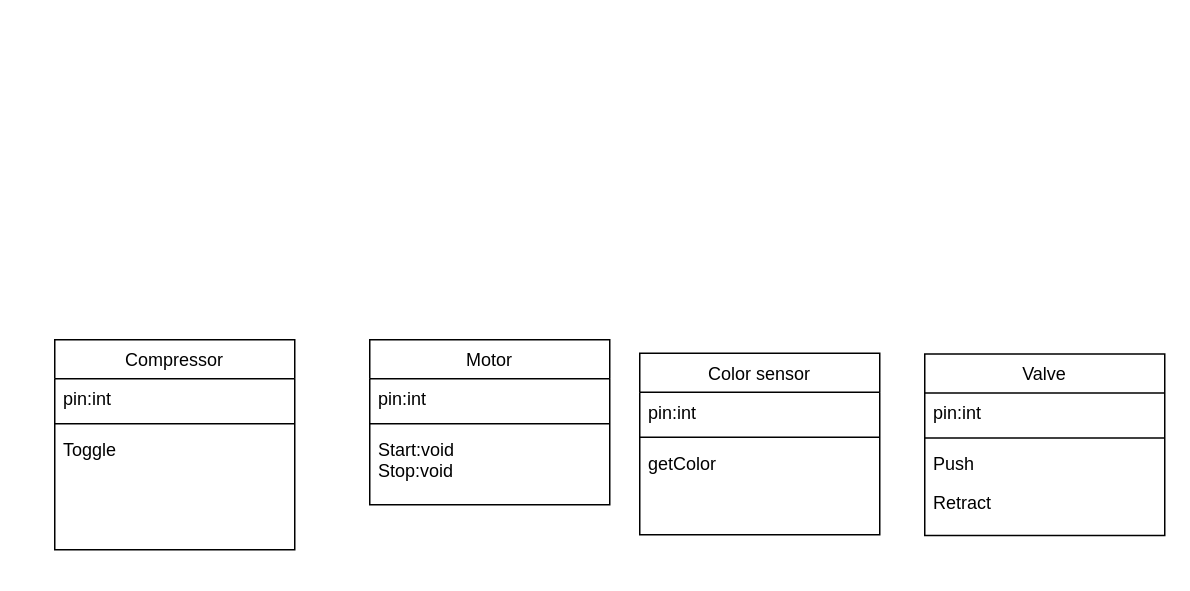
The draw.io diagram Diagram zonder titel.drawio in JaibreyonLourens/Wavers_champions, before the edit. Source tidied: cells renumbered, new cells numbered last; positions are measured from the earlier drawing's top-left corner, leaving out a move shared by most shapes. Both pictures are drawn from the tidied source at 150%, with x=0, y=0 at pixel (54, 339).
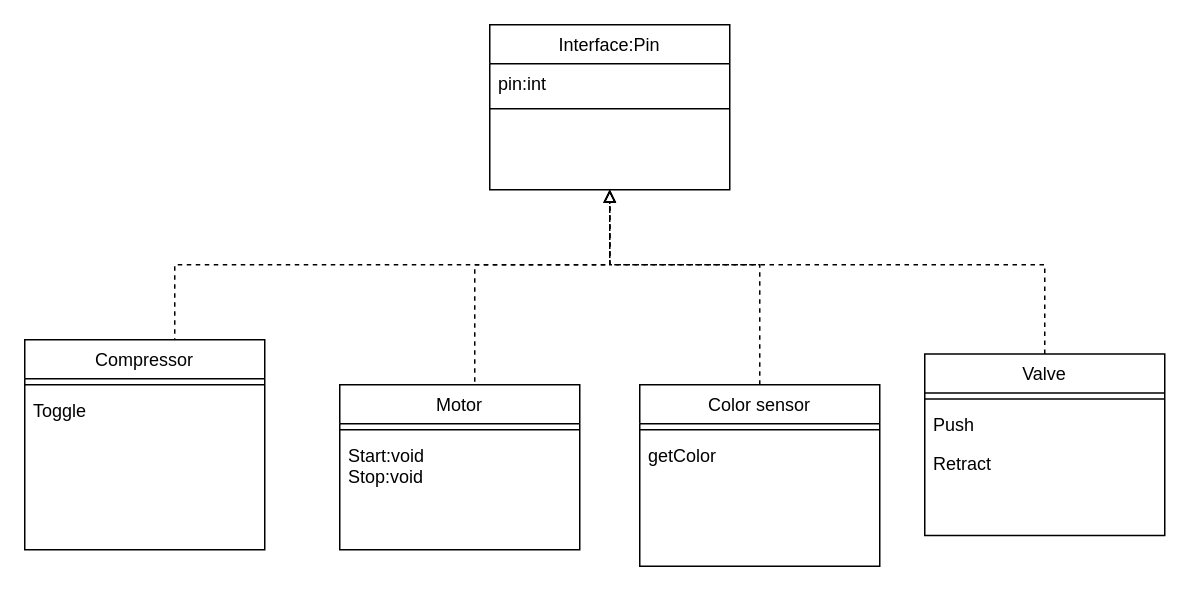
The same diagram, later.

The change refers to these unchanged cells:
```xml
<mxCell id="14" value="Valve" style="swimlane;fontStyle=0;align=center;verticalAlign=top;horizontal=1;startSize=26;rounded=0;shadow=0;strokeWidth=1;" parent="1" vertex="1">
  <mxGeometry x="580" y="9.5" width="160" height="121" as="geometry" />
</mxCell>
```

Diff of the diagram source:
```diff
@@
+    <mxCell id="19" style="edgeStyle=orthogonalEdgeStyle;rounded=0;jettySize=auto;html=1;exitX=0.5;exitY=0;exitDx=0;exitDy=0;endArrow=block;endFill=0;dashed=1;" parent="1" edge="1" source="2">
+      <mxGeometry relative="1" as="geometry">
+        <mxPoint x="370" y="-100" as="targetPoint" />
+        <Array as="points">
+          <mxPoint x="80" y="-50" />
+          <mxPoint x="370" y="-50" />
+        </Array>
+      </mxGeometry>
+    </mxCell>
     <mxCell id="2" value="Compressor" style="swimlane;fontStyle=0;align=center;verticalAlign=top;horizontal=1;startSize=26;rounded=0;shadow=0;strokeWidth=1;" parent="1" vertex="1">
-      <mxGeometry width="160" height="140" as="geometry" />
+      <mxGeometry x="-20" width="160" height="140" as="geometry" />
     </mxCell>
-    <mxCell id="3" value="pin:int" style="text;align=left;verticalAlign=top;spacingLeft=4;spacingRight=4;overflow=hidden;" parent="2" vertex="1">
-      <mxGeometry y="26" width="160" height="26" as="geometry" />
-    </mxCell>
     <mxCell id="4" style="line;html=1;strokeWidth=1;align=left;verticalAlign=middle;spacingTop=-1;spacingLeft=3;spacingRight=3;labelPosition=right;" parent="2" vertex="1">
-      <mxGeometry y="52" width="160" height="8" as="geometry" />
+      <mxGeometry y="26" width="160" height="8" as="geometry" />
     </mxCell>
     <mxCell id="5" value="Toggle" style="text;align=left;verticalAlign=top;spacingLeft=4;spacingRight=4;overflow=hidden;" parent="2" vertex="1">
-      <mxGeometry y="60" width="160" height="26" as="geometry" />
+      <mxGeometry y="34" width="160" height="26" as="geometry" />
     </mxCell>
+    <mxCell id="20" style="edgeStyle=orthogonalEdgeStyle;rounded=0;jettySize=auto;html=1;exitX=0.5;exitY=0;exitDx=0;exitDy=0;entryX=0.5;entryY=1;entryDx=0;entryDy=0;endArrow=block;endFill=0;dashed=1;" parent="1" edge="1" source="6" target="23">
+      <mxGeometry relative="1" as="geometry">
+        <Array as="points">
+          <mxPoint x="280" y="-50" />
+          <mxPoint x="370" y="-50" />
+        </Array>
+      </mxGeometry>
+    </mxCell>
     <mxCell id="6" value="Motor" style="swimlane;fontStyle=0;align=center;verticalAlign=top;horizontal=1;startSize=26;rounded=0;shadow=0;strokeWidth=1;" parent="1" vertex="1">
-      <mxGeometry x="210" width="160" height="110" as="geometry" />
+      <mxGeometry x="190" y="30" width="160" height="110" as="geometry" />
     </mxCell>
-    <mxCell id="7" value="pin:int" style="text;align=left;verticalAlign=top;spacingLeft=4;spacingRight=4;overflow=hidden;" parent="6" vertex="1">
-      <mxGeometry y="26" width="160" height="26" as="geometry" />
-    </mxCell>
     <mxCell id="8" style="line;html=1;strokeWidth=1;align=left;verticalAlign=middle;spacingTop=-1;spacingLeft=3;spacingRight=3;labelPosition=right;" parent="6" vertex="1">
-      <mxGeometry y="52" width="160" height="8" as="geometry" />
+      <mxGeometry y="26" width="160" height="8" as="geometry" />
     </mxCell>
     <mxCell id="9" value="Start:void&#10;Stop:void&#10;" style="text;align=left;verticalAlign=top;spacingLeft=4;spacingRight=4;overflow=hidden;" parent="6" vertex="1">
-      <mxGeometry y="60" width="160" height="30" as="geometry" />
+      <mxGeometry y="34" width="160" height="30" as="geometry" />
     </mxCell>
+    <mxCell id="21" style="edgeStyle=orthogonalEdgeStyle;rounded=0;jettySize=auto;html=1;exitX=0.5;exitY=0;exitDx=0;exitDy=0;endArrow=block;endFill=0;dashed=1;" parent="1" edge="1" source="10">
+      <mxGeometry relative="1" as="geometry">
+        <mxPoint x="370" y="-100" as="targetPoint" />
+        <Array as="points">
+          <mxPoint x="470" y="-50" />
+          <mxPoint x="370" y="-50" />
+        </Array>
+      </mxGeometry>
+    </mxCell>
     <mxCell id="10" value="Color sensor" style="swimlane;fontStyle=0;align=center;verticalAlign=top;horizontal=1;startSize=26;rounded=0;shadow=0;strokeWidth=1;" parent="1" vertex="1">
-      <mxGeometry x="390" y="9" width="160" height="121" as="geometry" />
+      <mxGeometry x="390" y="30" width="160" height="121" as="geometry" />
     </mxCell>
-    <mxCell id="11" value="pin:int    " style="text;align=left;verticalAlign=top;spacingLeft=4;spacingRight=4;overflow=hidden;" parent="10" vertex="1">
-      <mxGeometry y="26" width="160" height="26" as="geometry" />
-    </mxCell>
     <mxCell id="12" style="line;html=1;strokeWidth=1;align=left;verticalAlign=middle;spacingTop=-1;spacingLeft=3;spacingRight=3;labelPosition=right;" parent="10" vertex="1">
-      <mxGeometry y="52" width="160" height="8" as="geometry" />
+      <mxGeometry y="26" width="160" height="8" as="geometry" />
     </mxCell>
     <mxCell id="13" value="getColor" style="text;align=left;verticalAlign=top;spacingLeft=4;spacingRight=4;overflow=hidden;" parent="10" vertex="1">
-      <mxGeometry y="60" width="160" height="26" as="geometry" />
+      <mxGeometry y="34" width="160" height="26" as="geometry" />
     </mxCell>
+    <mxCell id="22" style="edgeStyle=orthogonalEdgeStyle;rounded=0;jettySize=auto;html=1;exitX=0.5;exitY=0;exitDx=0;exitDy=0;endArrow=block;endFill=0;dashed=1;" parent="1" edge="1" source="14">
+      <mxGeometry relative="1" as="geometry">
+        <mxPoint x="370" y="-100" as="targetPoint" />
+        <Array as="points">
+          <mxPoint x="660" y="-50" />
+          <mxPoint x="370" y="-50" />
+        </Array>
+      </mxGeometry>
+    </mxCell>
@@
-    <mxCell id="15" value="pin:int    " style="text;align=left;verticalAlign=top;spacingLeft=4;spacingRight=4;overflow=hidden;" parent="14" vertex="1">
-      <mxGeometry y="26" width="160" height="26" as="geometry" />
-    </mxCell>
     <mxCell id="16" style="line;html=1;strokeWidth=1;align=left;verticalAlign=middle;spacingTop=-1;spacingLeft=3;spacingRight=3;labelPosition=right;" parent="14" vertex="1">
-      <mxGeometry y="52" width="160" height="8" as="geometry" />
+      <mxGeometry y="26" width="160" height="8" as="geometry" />
     </mxCell>
     <mxCell id="17" value="Push    " style="text;align=left;verticalAlign=top;spacingLeft=4;spacingRight=4;overflow=hidden;" parent="14" vertex="1">
-      <mxGeometry y="60" width="160" height="26" as="geometry" />
+      <mxGeometry y="34" width="160" height="26" as="geometry" />
     </mxCell>
     <mxCell id="18" value="Retract" style="text;align=left;verticalAlign=top;spacingLeft=4;spacingRight=4;overflow=hidden;" parent="14" vertex="1">
-      <mxGeometry y="86" width="160" height="26" as="geometry" />
+      <mxGeometry y="60" width="160" height="26" as="geometry" />
     </mxCell>
+    <mxCell id="23" value="Interface:Pin" style="swimlane;fontStyle=0;align=center;verticalAlign=top;horizontal=1;startSize=26;rounded=0;shadow=0;strokeWidth=1;" parent="1" vertex="1">
+      <mxGeometry x="290" y="-210" width="160" height="110" as="geometry" />
+    </mxCell>
+    <mxCell id="24" value="pin:int" style="text;align=left;verticalAlign=top;spacingLeft=4;spacingRight=4;overflow=hidden;" parent="23" vertex="1">
+      <mxGeometry y="26" width="160" height="26" as="geometry" />
+    </mxCell>
+    <mxCell id="25" style="line;html=1;strokeWidth=1;align=left;verticalAlign=middle;spacingTop=-1;spacingLeft=3;spacingRight=3;labelPosition=right;" parent="23" vertex="1">
+      <mxGeometry y="52" width="160" height="8" as="geometry" />
+    </mxCell>
```
